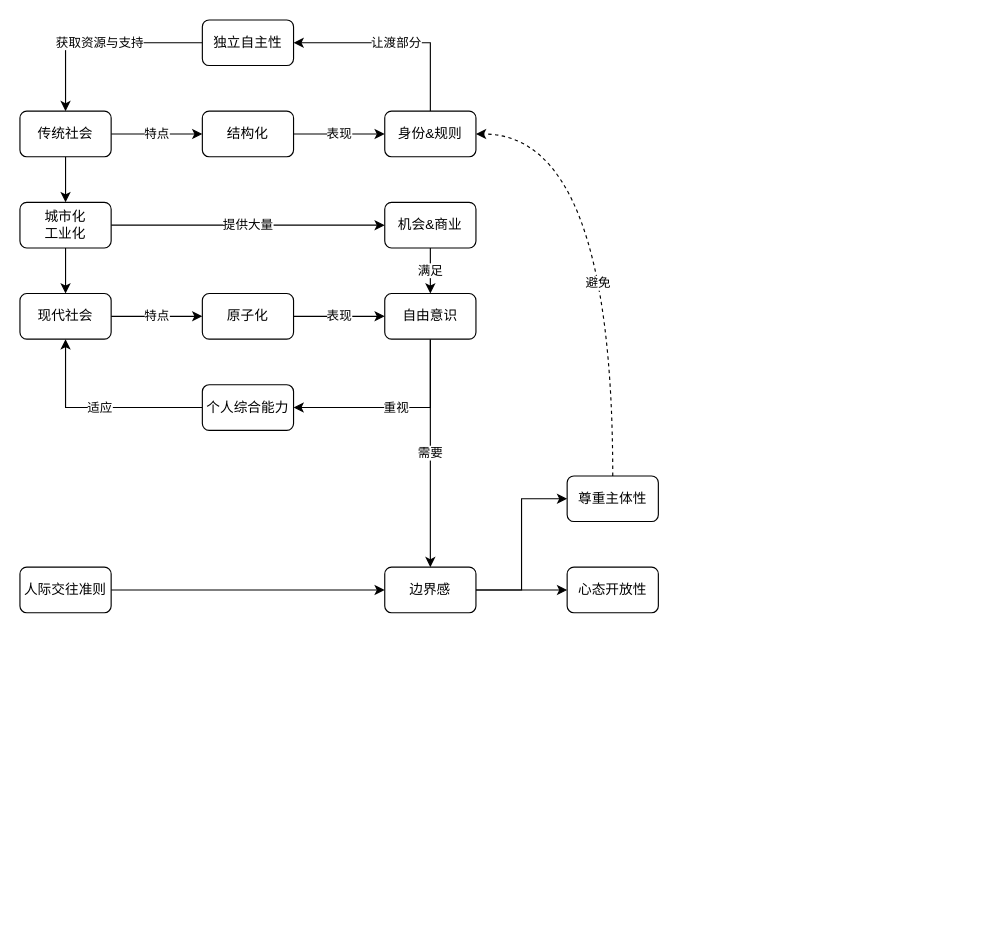
Before: relationship.drawio in youyusan/relationship, a draw.io diagram. Source tidied: cells renumbered, new cells numbered last; positions are measured from the earlier drawing's top-left corner, leaving out a move shared by most shapes. Both pictures are drawn from the tidied source at 114%, with x=0, y=0 at pixel (19, 19).
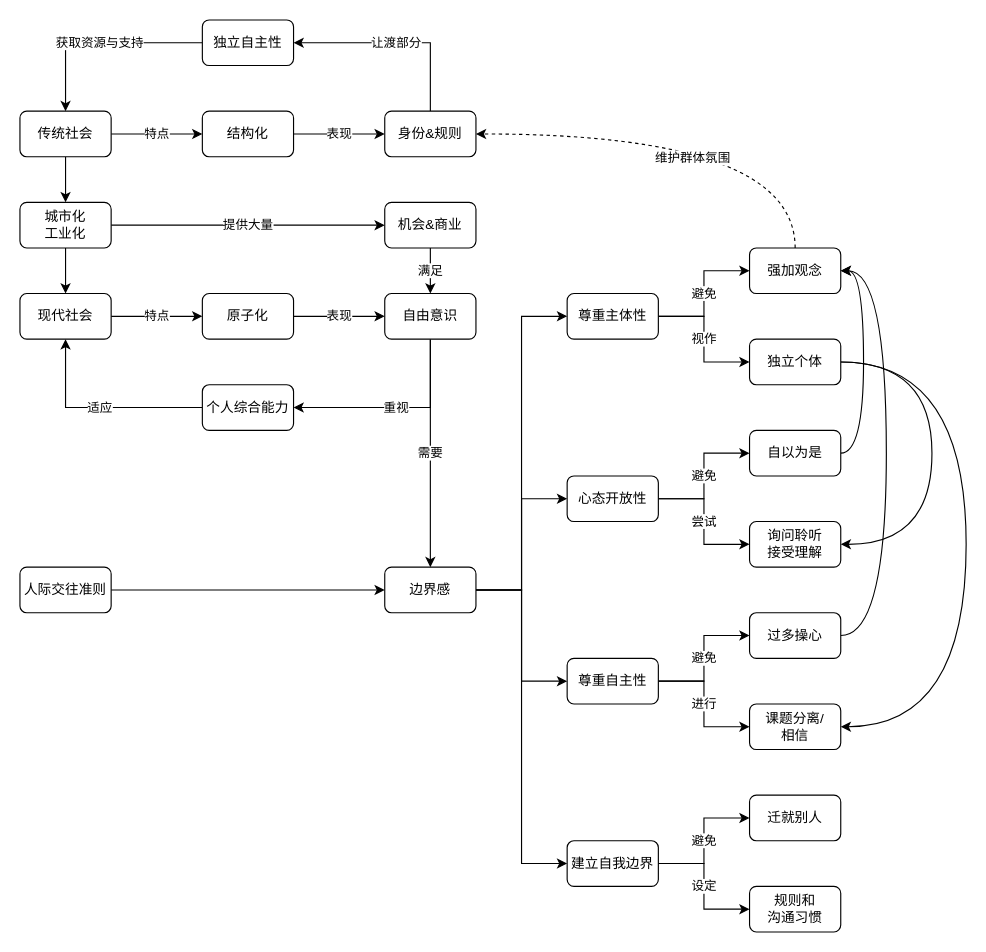
After the change.

The change refers to these unchanged cells:
```xml
<mxCell id="6" value="边界感" style="rounded=1;whiteSpace=wrap;html=1;" parent="1" vertex="1">
  <mxGeometry x="320" y="480" width="80" height="40" as="geometry" />
</mxCell>
<mxCell id="13" value="身份&amp;amp;规则" style="rounded=1;whiteSpace=wrap;html=1;" parent="1" vertex="1">
  <mxGeometry x="320" y="80" width="80" height="40" as="geometry" />
</mxCell>
```

The edit, as a diff of the source:
```diff
@@
     <mxCell id="5" style="edgeStyle=orthogonalEdgeStyle;rounded=0;jettySize=auto;html=1;" parent="1" edge="1" source="6" target="33">
-      <mxGeometry relative="1" as="geometry" />
+      <mxGeometry relative="1" as="geometry">
+        <Array as="points">
+          <mxPoint x="440" y="500" />
+          <mxPoint x="440" y="420" />
+        </Array>
+      </mxGeometry>
     </mxCell>
+    <mxCell id="34" style="edgeStyle=orthogonalEdgeStyle;rounded=0;jettySize=auto;html=1;entryX=0;entryY=0.5;entryDx=0;entryDy=0;" parent="1" edge="1" source="6" target="50">
+      <mxGeometry relative="1" as="geometry" />
+    </mxCell>
+    <mxCell id="35" style="edgeStyle=orthogonalEdgeStyle;rounded=0;jettySize=auto;html=1;entryX=0;entryY=0.5;entryDx=0;entryDy=0;" parent="1" edge="1" source="6" target="56">
+      <mxGeometry relative="1" as="geometry" />
+    </mxCell>
@@
-    <mxCell id="30" style="edgeStyle=orthogonalEdgeStyle;rounded=0;jettySize=auto;html=1;entryX=1;entryY=0.5;entryDx=0;entryDy=0;curved=1;strokeColor=default;dashed=1;" parent="1" edge="1" source="32" target="13">
+    <mxCell id="30" style="edgeStyle=orthogonalEdgeStyle;rounded=0;jettySize=auto;html=1;entryX=1;entryY=0.5;entryDx=0;entryDy=0;curved=1;strokeColor=default;dashed=1;exitX=0.5;exitY=0;exitDx=0;exitDy=0;" parent="1" edge="1" source="41" target="13">
       <mxGeometry relative="1" as="geometry">
         <Array as="points">
-          <mxPoint x="520" y="100" />
+          <mxPoint x="680" y="100" />
         </Array>
       </mxGeometry>
     </mxCell>
-    <mxCell id="31" value="避免" style="edgeLabel;html=1;align=center;verticalAlign=middle;" parent="30" vertex="1">
-      <mxGeometry x="-0.19" y="14" relative="1" as="geometry" />
-    </mxCell>
+    <mxCell id="36" value="维护群体氛围" style="edgeLabel;html=1;align=center;verticalAlign=middle;" parent="30" vertex="1">
+      <mxGeometry x="-0.26" y="57" relative="1" as="geometry">
+        <mxPoint x="-50" y="-37" as="offset" />
+      </mxGeometry>
+    </mxCell>
+    <mxCell id="37" value="避免" style="edgeStyle=orthogonalEdgeStyle;rounded=0;jettySize=auto;html=1;entryX=0;entryY=0.5;entryDx=0;entryDy=0;" parent="1" edge="1" source="32" target="41">
+      <mxGeometry relative="1" as="geometry" />
+    </mxCell>
+    <mxCell id="38" value="视作" style="edgeStyle=orthogonalEdgeStyle;rounded=0;jettySize=auto;html=1;entryX=0;entryY=0.5;entryDx=0;entryDy=0;" parent="1" edge="1" source="32" target="46">
+      <mxGeometry relative="1" as="geometry" />
+    </mxCell>
     <mxCell id="32" value="尊重主体性" style="rounded=1;whiteSpace=wrap;html=1;" parent="1" vertex="1">
-      <mxGeometry x="480" y="400" width="80" height="40" as="geometry" />
+      <mxGeometry x="480" y="240" width="80" height="40" as="geometry" />
     </mxCell>
+    <mxCell id="39" value="避免" style="edgeStyle=orthogonalEdgeStyle;rounded=0;jettySize=auto;html=1;entryX=0;entryY=0.5;entryDx=0;entryDy=0;" parent="1" edge="1" source="33" target="43">
+      <mxGeometry relative="1" as="geometry" />
+    </mxCell>
+    <mxCell id="40" value="尝试" style="edgeStyle=orthogonalEdgeStyle;rounded=0;jettySize=auto;html=1;entryX=0;entryY=0.5;entryDx=0;entryDy=0;" parent="1" edge="1" source="33" target="47">
+      <mxGeometry relative="1" as="geometry" />
+    </mxCell>
     <mxCell id="33" value="心态开放性" style="rounded=1;whiteSpace=wrap;html=1;" parent="1" vertex="1">
-      <mxGeometry x="480" y="480" width="80" height="40" as="geometry" />
+      <mxGeometry x="480" y="400" width="80" height="40" as="geometry" />
     </mxCell>
+    <mxCell id="41" value="强加观念" style="rounded=1;whiteSpace=wrap;html=1;" parent="1" vertex="1">
+      <mxGeometry x="640" y="200" width="80" height="40" as="geometry" />
+    </mxCell>
+    <mxCell id="42" style="edgeStyle=orthogonalEdgeStyle;rounded=0;jettySize=auto;html=1;entryX=1;entryY=0.5;entryDx=0;entryDy=0;curved=1;" parent="1" edge="1" source="43" target="41">
+      <mxGeometry relative="1" as="geometry">
+        <Array as="points">
+          <mxPoint x="740" y="380" />
+          <mxPoint x="740" y="220" />
+        </Array>
+      </mxGeometry>
+    </mxCell>
+    <mxCell id="43" value="自以为是" style="rounded=1;whiteSpace=wrap;html=1;" parent="1" vertex="1">
+      <mxGeometry x="640" y="360" width="80" height="40" as="geometry" />
+    </mxCell>
+    <mxCell id="44" style="edgeStyle=orthogonalEdgeStyle;rounded=0;jettySize=auto;html=1;entryX=1;entryY=0.5;entryDx=0;entryDy=0;curved=1;" parent="1" edge="1" source="46" target="47">
+      <mxGeometry relative="1" as="geometry">
+        <Array as="points">
+          <mxPoint x="800" y="300" />
+          <mxPoint x="800" y="460" />
+        </Array>
+      </mxGeometry>
+    </mxCell>
+    <mxCell id="45" style="edgeStyle=orthogonalEdgeStyle;rounded=0;jettySize=auto;html=1;entryX=1;entryY=0.5;entryDx=0;entryDy=0;curved=1;" parent="1" edge="1" source="46" target="53">
+      <mxGeometry relative="1" as="geometry">
+        <Array as="points">
+          <mxPoint x="830" y="300" />
+          <mxPoint x="830" y="620" />
+        </Array>
+      </mxGeometry>
+    </mxCell>
+    <mxCell id="46" value="独立个体" style="rounded=1;whiteSpace=wrap;html=1;" parent="1" vertex="1">
+      <mxGeometry x="640" y="280" width="80" height="40" as="geometry" />
+    </mxCell>
+    <mxCell id="47" value="询问聆听&lt;br&gt;接受理解" style="rounded=1;whiteSpace=wrap;html=1;" parent="1" vertex="1">
+      <mxGeometry x="640" y="440" width="80" height="40" as="geometry" />
+    </mxCell>
+    <mxCell id="48" value="避免" style="edgeStyle=orthogonalEdgeStyle;rounded=0;jettySize=auto;html=1;entryX=0;entryY=0.5;entryDx=0;entryDy=0;" parent="1" edge="1" source="50" target="52">
+      <mxGeometry relative="1" as="geometry" />
+    </mxCell>
+    <mxCell id="49" value="进行" style="edgeStyle=orthogonalEdgeStyle;rounded=0;jettySize=auto;html=1;entryX=0;entryY=0.5;entryDx=0;entryDy=0;" parent="1" edge="1" source="50" target="53">
+      <mxGeometry relative="1" as="geometry" />
+    </mxCell>
+    <mxCell id="50" value="尊重自主性" style="rounded=1;whiteSpace=wrap;html=1;" parent="1" vertex="1">
+      <mxGeometry x="480" y="560" width="80" height="40" as="geometry" />
+    </mxCell>
+    <mxCell id="51" style="edgeStyle=orthogonalEdgeStyle;rounded=0;jettySize=auto;html=1;curved=1;" parent="1" edge="1" source="52" target="41">
+      <mxGeometry relative="1" as="geometry">
+        <Array as="points">
+          <mxPoint x="760" y="540" />
+          <mxPoint x="760" y="220" />
+        </Array>
+      </mxGeometry>
+    </mxCell>
+    <mxCell id="52" value="过多操心" style="rounded=1;whiteSpace=wrap;html=1;" parent="1" vertex="1">
+      <mxGeometry x="640" y="520" width="80" height="40" as="geometry" />
+    </mxCell>
+    <mxCell id="53" value="课题分离/&lt;br&gt;相信" style="rounded=1;whiteSpace=wrap;html=1;" parent="1" vertex="1">
+      <mxGeometry x="640" y="600" width="80" height="40" as="geometry" />
+    </mxCell>
+    <mxCell id="54" value="避免" style="edgeStyle=orthogonalEdgeStyle;rounded=0;jettySize=auto;html=1;entryX=0;entryY=0.5;entryDx=0;entryDy=0;" parent="1" edge="1" source="56" target="57">
+      <mxGeometry relative="1" as="geometry" />
+    </mxCell>
+    <mxCell id="55" value="设定" style="edgeStyle=orthogonalEdgeStyle;rounded=0;jettySize=auto;html=1;entryX=0;entryY=0.5;entryDx=0;entryDy=0;" parent="1" edge="1" source="56" target="58">
+      <mxGeometry relative="1" as="geometry" />
+    </mxCell>
+    <mxCell id="56" value="建立自我边界" style="rounded=1;whiteSpace=wrap;html=1;" parent="1" vertex="1">
+      <mxGeometry x="480" y="720" width="80" height="40" as="geometry" />
+    </mxCell>
+    <mxCell id="57" value="迁就别人" style="rounded=1;whiteSpace=wrap;html=1;" parent="1" vertex="1">
+      <mxGeometry x="640" y="680" width="80" height="40" as="geometry" />
+    </mxCell>
+    <mxCell id="58" value="规则和&lt;br&gt;沟通习惯" style="rounded=1;whiteSpace=wrap;html=1;" parent="1" vertex="1">
+      <mxGeometry x="640" y="760" width="80" height="40" as="geometry" />
+    </mxCell>
```
